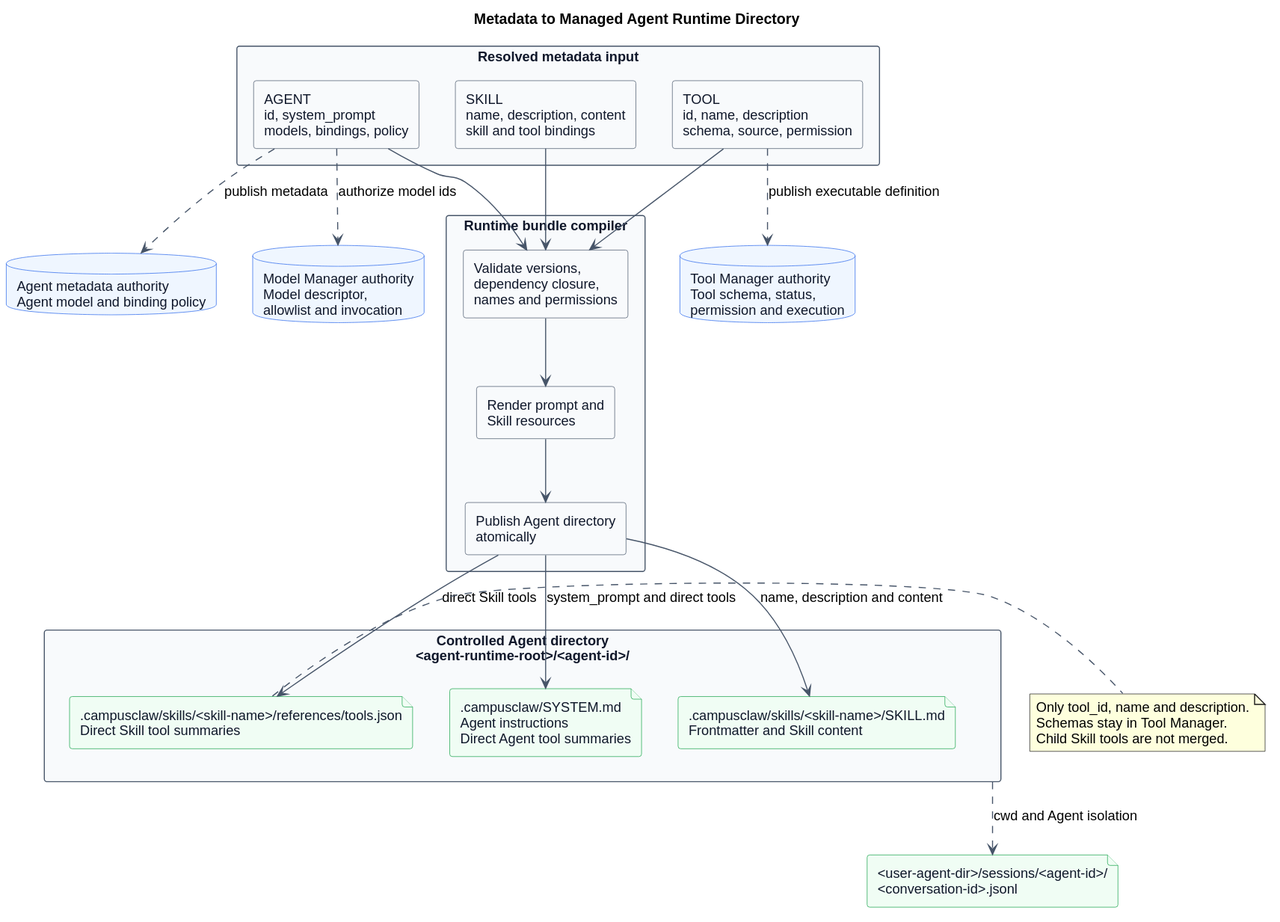
superheromeZzh/pi-mono-java-design keeps this PlantUML diagram as pi-mono-java-manager-driven-multi-agent-runtime/metadata_runtime_directory_mapping.svg. Above is the earlier version. Source of this version:
```plantuml
@startuml
title Metadata to Managed Agent Runtime Directory


skinparam backgroundColor #FFFFFF
skinparam shadowing false
skinparam defaultFontName Arial
skinparam defaultFontSize 13
skinparam rectangle {
  BackgroundColor #F8FAFC
  BorderColor #475569
  FontColor #0F172A
}
skinparam database {
  BackgroundColor #EFF6FF
  BorderColor #2563EB
  FontColor #0F172A
}
skinparam file {
  BackgroundColor #F0FDF4
  BorderColor #16A34A
  FontColor #0F172A
}
skinparam ArrowColor #475569

rectangle "Resolved metadata input" as Input {
  rectangle "AGENT\nid, system_prompt\nmodels, bindings, policy" as AgentMetadata
  rectangle "SKILL\nname, description, content\nskill and tool bindings" as SkillMetadata
  rectangle "TOOL\nid, name, description\nschema, source, permission" as ToolMetadata
}

rectangle "Runtime bundle compiler" as Compiler {
  rectangle "Validate versions,\ndependency closure,\nnames and permissions" as Validate
  rectangle "Render prompt and\nSkill resources" as Render
  rectangle "Publish Agent directory\natomically" as Publish
}

rectangle "Controlled Agent directory\n<agent-runtime-root>/<agent-id>/" as AgentDirectory {
  file ".campusclaw/SYSTEM.md\nAgent instructions\nDirect Agent tool summaries" as SystemFile
  file ".campusclaw/skills/<skill-name>/SKILL.md\nFrontmatter and Skill content" as SkillFile
  file ".campusclaw/skills/<skill-name>/references/tools.json\nDirect Skill tool summaries" as SkillToolsFile
}

database "Agent metadata authority\nAgent model and binding policy" as AgentAuthority
database "Tool Manager authority\nTool schema, status,\npermission and execution" as ToolManager
database "Model Manager authority\nModel descriptor,\nallowlist and invocation" as ModelManager
file "<user-agent-dir>/sessions/<agent-id>/\n<conversation-id>.jsonl" as SessionFile

AgentMetadata --> Validate
SkillMetadata --> Validate
ToolMetadata --> Validate
Validate --> Render
Render --> Publish
Publish --> SystemFile : system_prompt and direct tools
Publish --> SkillFile : name, description and content
Publish --> SkillToolsFile : direct Skill tools

AgentMetadata ..> AgentAuthority : publish metadata
ToolMetadata ..> ToolManager : publish executable definition
AgentMetadata ..> ModelManager : authorize model ids
AgentDirectory ..> SessionFile : cwd and Agent isolation

note right of SkillToolsFile
Only tool_id, name and description.
Schemas stay in Tool Manager.
Child Skill tools are not merged.
end note
@enduml
```
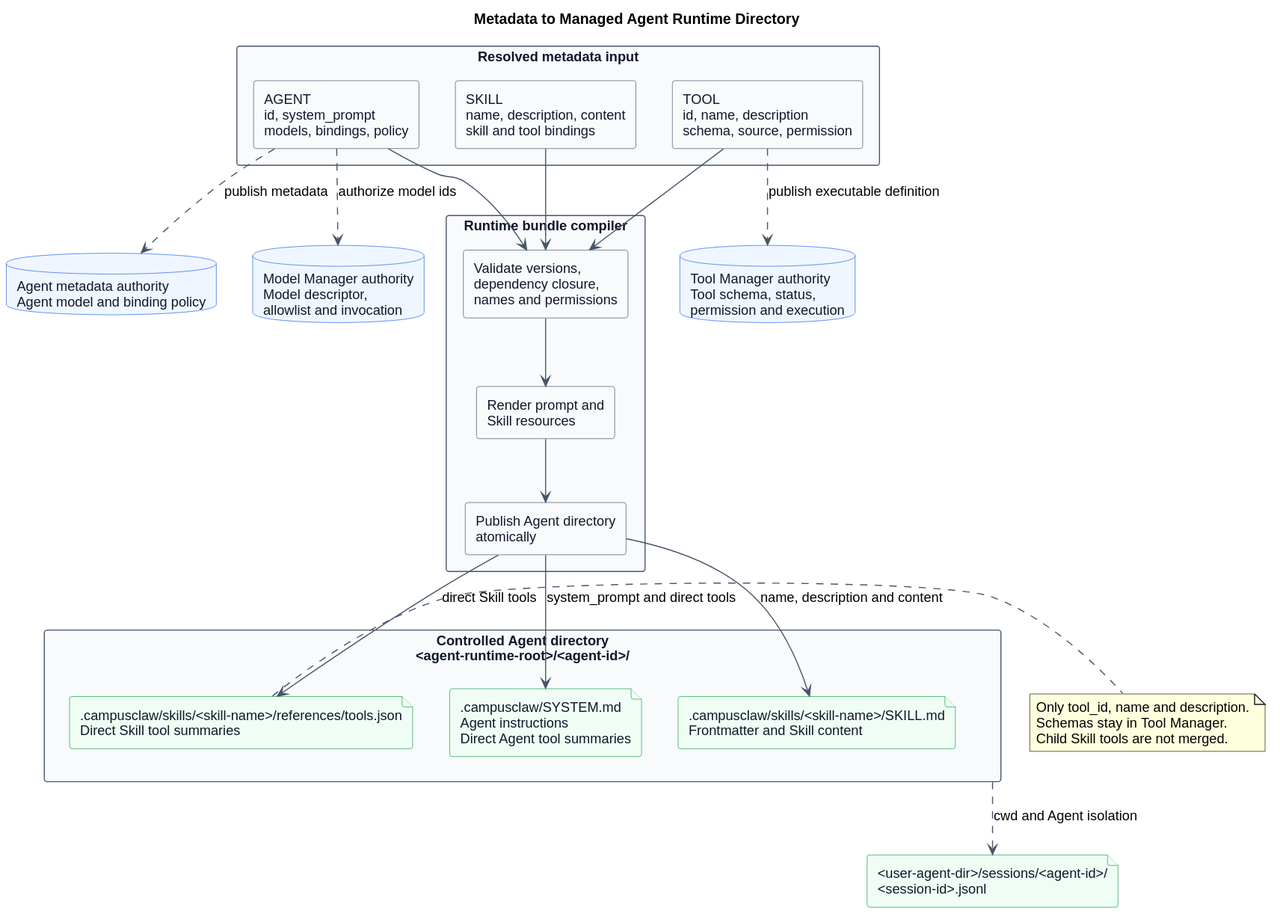
Later version of the same file.

The edit, as a diff of the source:
```diff
@@ -44,7 +44,7 @@
 database "Agent metadata authority\nAgent model and binding policy" as AgentAuthority
 database "Tool Manager authority\nTool schema, status,\npermission and execution" as ToolManager
 database "Model Manager authority\nModel descriptor,\nallowlist and invocation" as ModelManager
-file "<user-agent-dir>/sessions/<agent-id>/\n<conversation-id>.jsonl" as SessionFile
+file "<user-agent-dir>/sessions/<agent-id>/\n<session-id>.jsonl" as SessionFile
 
 AgentMetadata --> Validate
 SkillMetadata --> Validate
```
